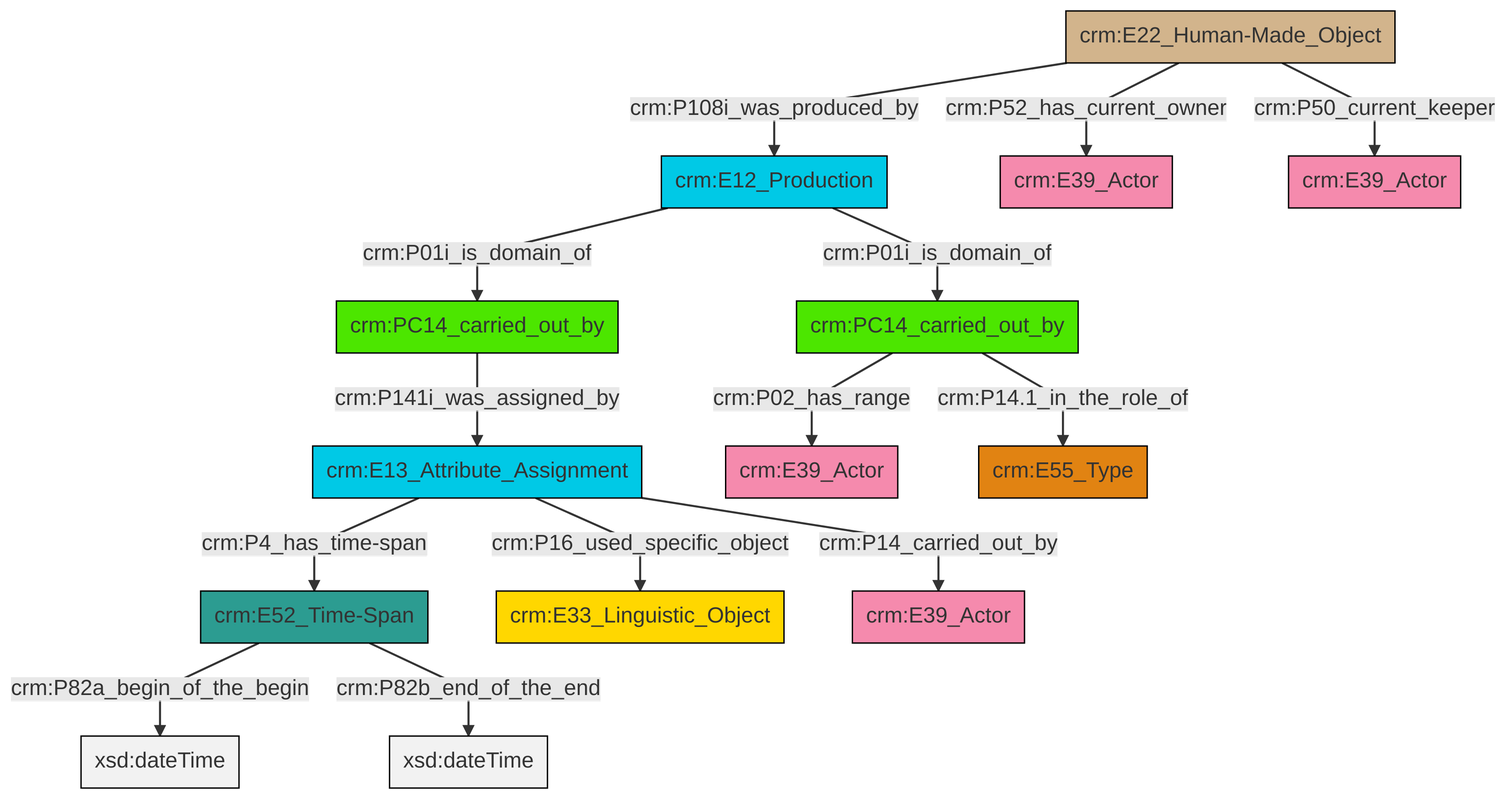
Above: et/carrierCSV/ttl/mmd/png/carrier_relations.png in swiss-art-research-net/docs.swissartresearch (Mermaid), before the change. Its source is kept beside it as et/carrierCSV/ttl/mmd/carrier_relations.ttl.mmd.
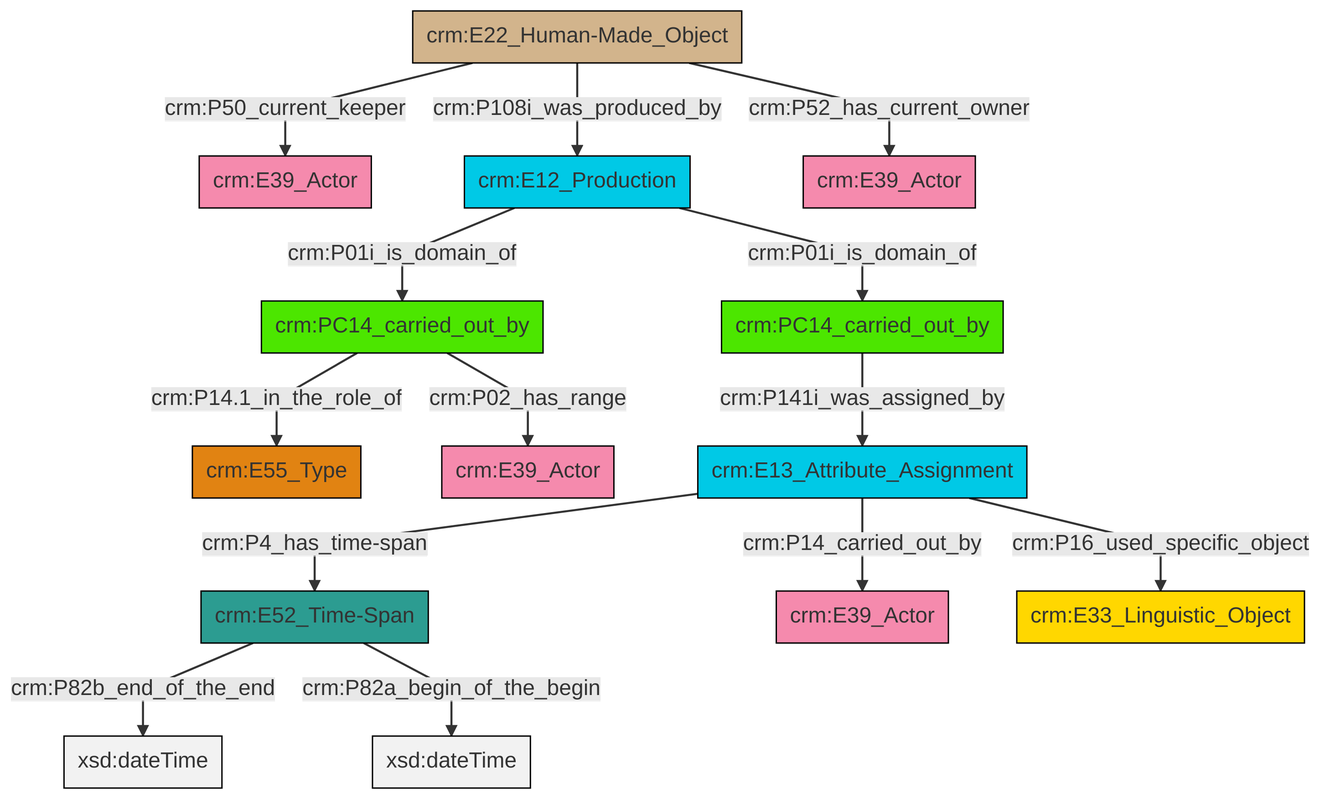
Later version of the same file.

The edit, as a diff of the source:
```diff
@@ -13,16 +13,16 @@
 classDef PC_Classes fill:#4ce600, stroke:#000000;
 classDef Multi fill:#cccccc,stroke:#000000;
 
-8["crm:E52_Time-Span"]:::Time-Span -->|crm:P82a_begin_of_the_begin| 9[xsd:dateTime]:::Literal
-10["crm:PC14_carried_out_by"]:::PC_Classes -->|crm:P141i_was_assigned_by| 0["crm:E13_Attribute_Assignment"]:::Temporal_Entity
-6["crm:E22_Human-Made_Object"]:::Physical_Thing -->|crm:P108i_was_produced_by| 2["crm:E12_Production"]:::Temporal_Entity
-0["crm:E13_Attribute_Assignment"]:::Temporal_Entity -->|crm:P16_used_specific_object| 17["crm:E33_Linguistic_Object"]:::Conceptual_Object
-2["crm:E12_Production"]:::Temporal_Entity -->|crm:P01i_is_domain_of| 10["crm:PC14_carried_out_by"]:::PC_Classes
-8["crm:E52_Time-Span"]:::Time-Span -->|crm:P82b_end_of_the_end| 18[xsd:dateTime]:::Literal
-6["crm:E22_Human-Made_Object"]:::Physical_Thing -->|crm:P52_has_current_owner| 4["crm:E39_Actor"]:::Actor
-0["crm:E13_Attribute_Assignment"]:::Temporal_Entity -->|crm:P4_has_time-span| 8["crm:E52_Time-Span"]:::Time-Span
-0["crm:E13_Attribute_Assignment"]:::Temporal_Entity -->|crm:P14_carried_out_by| 19["crm:E39_Actor"]:::Actor
-13["crm:PC14_carried_out_by"]:::PC_Classes -->|crm:P14.1_in_the_role_of| 22["crm:E55_Type"]:::Type
-6["crm:E22_Human-Made_Object"]:::Physical_Thing -->|crm:P50_current_keeper| 11["crm:E39_Actor"]:::Actor
-2["crm:E12_Production"]:::Temporal_Entity -->|crm:P01i_is_domain_of| 13["crm:PC14_carried_out_by"]:::PC_Classes
-13["crm:PC14_carried_out_by"]:::PC_Classes -->|crm:P02_has_range| 15["crm:E39_Actor"]:::Actor
+0["crm:E52_Time-Span"]:::Time-Span -->|crm:P82b_end_of_the_end| 1[xsd:dateTime]:::Literal
+2["crm:E22_Human-Made_Object"]:::Physical_Thing -->|crm:P50_current_keeper| 3["crm:E39_Actor"]:::Actor
+4["crm:PC14_carried_out_by"]:::PC_Classes -->|crm:P14.1_in_the_role_of| 5["crm:E55_Type"]:::Type
+7["crm:E12_Production"]:::Temporal_Entity -->|crm:P01i_is_domain_of| 8["crm:PC14_carried_out_by"]:::PC_Classes
+13["crm:E13_Attribute_Assignment"]:::Temporal_Entity -->|crm:P4_has_time-span| 0["crm:E52_Time-Span"]:::Time-Span
+2["crm:E22_Human-Made_Object"]:::Physical_Thing -->|crm:P108i_was_produced_by| 7["crm:E12_Production"]:::Temporal_Entity
+2["crm:E22_Human-Made_Object"]:::Physical_Thing -->|crm:P52_has_current_owner| 9["crm:E39_Actor"]:::Actor
+13["crm:E13_Attribute_Assignment"]:::Temporal_Entity -->|crm:P14_carried_out_by| 17["crm:E39_Actor"]:::Actor
+8["crm:PC14_carried_out_by"]:::PC_Classes -->|crm:P141i_was_assigned_by| 13["crm:E13_Attribute_Assignment"]:::Temporal_Entity
+7["crm:E12_Production"]:::Temporal_Entity -->|crm:P01i_is_domain_of| 4["crm:PC14_carried_out_by"]:::PC_Classes
+4["crm:PC14_carried_out_by"]:::PC_Classes -->|crm:P02_has_range| 11["crm:E39_Actor"]:::Actor
+13["crm:E13_Attribute_Assignment"]:::Temporal_Entity -->|crm:P16_used_specific_object| 21["crm:E33_Linguistic_Object"]:::Conceptual_Object
+0["crm:E52_Time-Span"]:::Time-Span -->|crm:P82a_begin_of_the_begin| 24[xsd:dateTime]:::Literal
```
